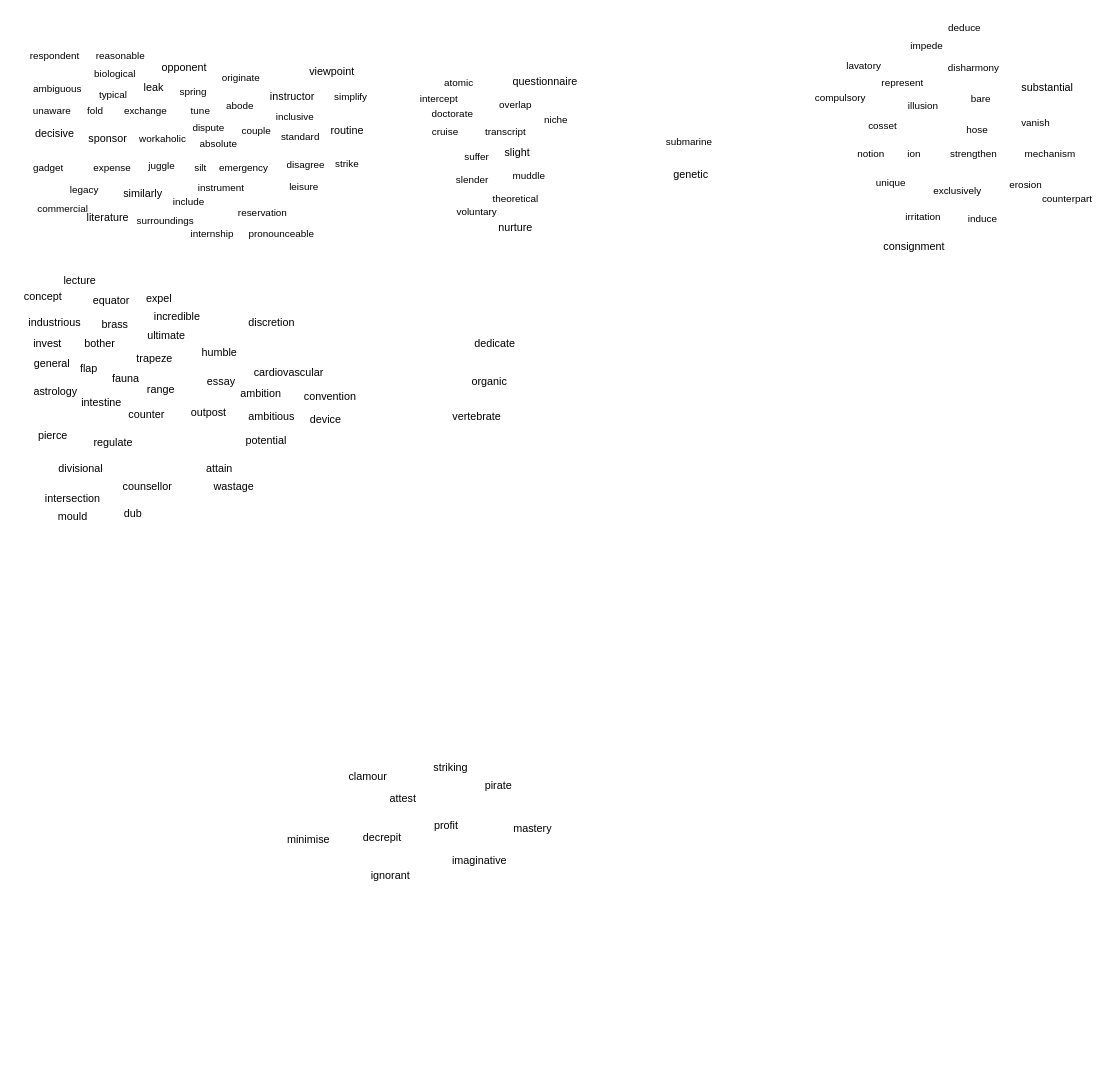
This is page "2023年12月24日" (2 of 2) of 2023-11-13.drawio from GC-L/hello-world, a draw.io file, before an edit. Source tidied: cells renumbered, new cells numbered last; positions are measured from the earlier drawing's top-left corner, leaving out a move shared by most shapes. Both pictures are drawn from the tidied source at 90%, with x=0, y=0 at pixel (15, 15).
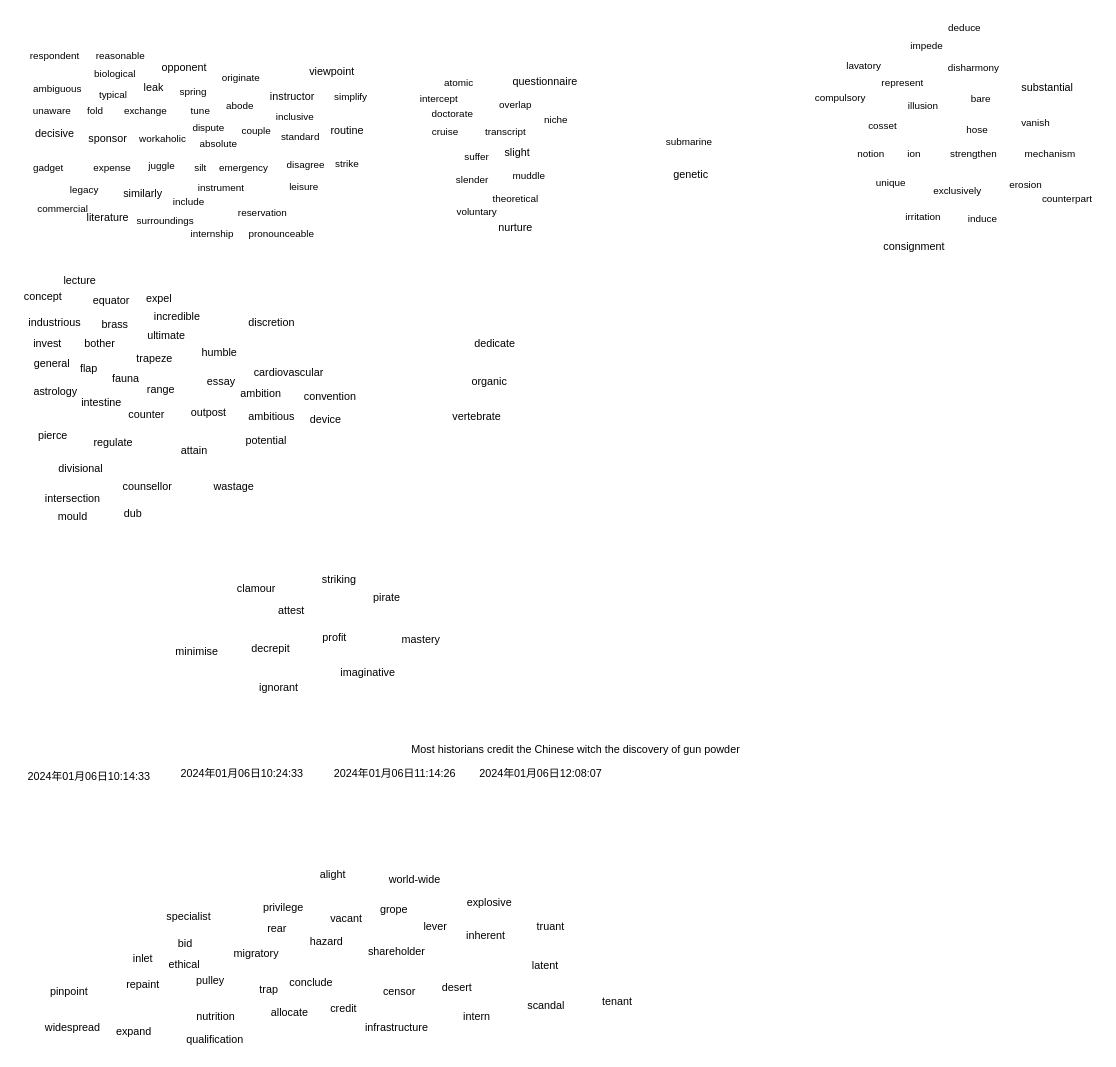
After the change.

The edit, as a diff of the source:
```diff
@@
     <mxCell id="112" value="attain" style="text;html=1;align=center;verticalAlign=middle;strokeColor=none;fillColor=none;" parent="1" vertex="1">
-      <mxGeometry x="202.8" y="491" width="47" height="26" as="geometry" />
+      <mxGeometry x="174" y="470" width="47" height="26" as="geometry" />
     </mxCell>
@@
     <mxCell id="126" value="clamour" style="text;html=1;align=center;verticalAlign=middle;strokeColor=none;fillColor=none;" parent="1" vertex="1">
-      <mxGeometry x="360" y="833" width="61" height="26" as="geometry" />
+      <mxGeometry x="236" y="624" width="61" height="26" as="geometry" />
     </mxCell>
     <mxCell id="127" value="striking" style="text;html=1;align=center;verticalAlign=middle;strokeColor=none;fillColor=none;" parent="1" vertex="1">
-      <mxGeometry x="455" y="823" width="56" height="26" as="geometry" />
+      <mxGeometry x="331" y="614" width="56" height="26" as="geometry" />
     </mxCell>
     <mxCell id="128" value="pirate" style="text;html=1;align=center;verticalAlign=middle;strokeColor=none;fillColor=none;" parent="1" vertex="1">
-      <mxGeometry x="512" y="843" width="48" height="26" as="geometry" />
+      <mxGeometry x="388" y="634" width="48" height="26" as="geometry" />
     </mxCell>
     <mxCell id="129" value="attest" style="text;html=1;align=center;verticalAlign=middle;strokeColor=none;fillColor=none;" parent="1" vertex="1">
-      <mxGeometry x="406" y="857" width="47" height="26" as="geometry" />
+      <mxGeometry x="282" y="648" width="47" height="26" as="geometry" />
     </mxCell>
     <mxCell id="130" value="minimise" style="text;html=1;align=center;verticalAlign=middle;strokeColor=none;fillColor=none;" parent="1" vertex="1">
-      <mxGeometry x="292.2" y="903" width="65" height="26" as="geometry" />
+      <mxGeometry x="168.2" y="694" width="65" height="26" as="geometry" />
     </mxCell>
     <mxCell id="131" value="imaginative" style="text;html=1;align=center;verticalAlign=middle;strokeColor=none;fillColor=none;" parent="1" vertex="1">
-      <mxGeometry x="475" y="926" width="79" height="26" as="geometry" />
+      <mxGeometry x="351" y="717" width="79" height="26" as="geometry" />
     </mxCell>
     <mxCell id="132" value="profit" style="text;html=1;align=center;verticalAlign=middle;strokeColor=none;fillColor=none;" parent="1" vertex="1">
-      <mxGeometry x="455" y="887" width="45" height="26" as="geometry" />
+      <mxGeometry x="331" y="678" width="45" height="26" as="geometry" />
     </mxCell>
     <mxCell id="133" value="decrepit" style="text;html=1;align=center;verticalAlign=middle;strokeColor=none;fillColor=none;" parent="1" vertex="1">
-      <mxGeometry x="376" y="900" width="61" height="26" as="geometry" />
+      <mxGeometry x="252" y="691" width="61" height="26" as="geometry" />
     </mxCell>
     <mxCell id="134" value="ignorant" style="text;html=1;align=center;verticalAlign=middle;strokeColor=none;fillColor=none;" parent="1" vertex="1">
-      <mxGeometry x="385.2" y="943" width="61" height="26" as="geometry" />
+      <mxGeometry x="261.2" y="734" width="61" height="26" as="geometry" />
     </mxCell>
     <mxCell id="135" value="mastery" style="text;html=1;align=center;verticalAlign=middle;strokeColor=none;fillColor=none;" parent="1" vertex="1">
-      <mxGeometry x="543.2" y="890" width="61" height="26" as="geometry" />
+      <mxGeometry x="419.2" y="681" width="61" height="26" as="geometry" />
     </mxCell>
+    <mxCell id="136" value="2024年01月06日10:14:33" style="text;html=1;align=center;verticalAlign=middle;strokeColor=none;fillColor=none;" parent="1" vertex="1">
+      <mxGeometry x="4" y="833" width="154" height="26" as="geometry" />
+    </mxCell>
+    <mxCell id="137" value="pinpoint" style="text;html=1;align=center;verticalAlign=middle;strokeColor=none;fillColor=none;" parent="1" vertex="1">
+      <mxGeometry x="29" y="1071" width="60" height="26" as="geometry" />
+    </mxCell>
+    <mxCell id="138" value="pulley" style="text;html=1;align=center;verticalAlign=middle;strokeColor=none;fillColor=none;" parent="1" vertex="1">
+      <mxGeometry x="191.5" y="1059" width="49" height="26" as="geometry" />
+    </mxCell>
+    <mxCell id="139" value="privilege" style="text;html=1;align=center;verticalAlign=middle;strokeColor=none;fillColor=none;" parent="1" vertex="1">
+      <mxGeometry x="265" y="978" width="63" height="26" as="geometry" />
+    </mxCell>
+    <mxCell id="140" value="infrastructure" style="text;html=1;align=center;verticalAlign=middle;strokeColor=none;fillColor=none;" parent="1" vertex="1">
+      <mxGeometry x="378.5" y="1111" width="88" height="26" as="geometry" />
+    </mxCell>
+    <mxCell id="141" value="allocate" style="text;html=1;align=center;verticalAlign=middle;strokeColor=none;fillColor=none;" parent="1" vertex="1">
+      <mxGeometry x="274.2" y="1095" width="59" height="26" as="geometry" />
+    </mxCell>
+    <mxCell id="142" value="qualification" style="text;html=1;align=center;verticalAlign=middle;strokeColor=none;fillColor=none;" parent="1" vertex="1">
+      <mxGeometry x="180.2" y="1125" width="81" height="26" as="geometry" />
+    </mxCell>
+    <mxCell id="143" value="expand" style="text;html=1;align=center;verticalAlign=middle;strokeColor=none;fillColor=none;" parent="1" vertex="1">
+      <mxGeometry x="102.8" y="1116" width="57" height="26" as="geometry" />
+    </mxCell>
+    <mxCell id="144" value="trap" style="text;html=1;align=center;verticalAlign=middle;strokeColor=none;fillColor=none;" parent="1" vertex="1">
+      <mxGeometry x="261.2" y="1069" width="39" height="26" as="geometry" />
+    </mxCell>
+    <mxCell id="145" value="2024年01月06日10:24:33" style="text;html=1;align=center;verticalAlign=middle;strokeColor=none;fillColor=none;" parent="1" vertex="1">
+      <mxGeometry x="174" y="829" width="154" height="26" as="geometry" />
+    </mxCell>
+    <mxCell id="146" value="intern" style="text;html=1;align=center;verticalAlign=middle;strokeColor=none;fillColor=none;" parent="1" vertex="1">
+      <mxGeometry x="488" y="1099" width="48" height="26" as="geometry" />
+    </mxCell>
+    <mxCell id="147" value="repaint" style="text;html=1;align=center;verticalAlign=middle;strokeColor=none;fillColor=none;" parent="1" vertex="1">
+      <mxGeometry x="113.2" y="1064" width="55" height="26" as="geometry" />
+    </mxCell>
+    <mxCell id="148" value="specialist" style="text;html=1;align=center;verticalAlign=middle;strokeColor=none;fillColor=none;" parent="1" vertex="1">
+      <mxGeometry x="158" y="988" width="67" height="26" as="geometry" />
+    </mxCell>
+    <mxCell id="149" value="migratory" style="text;html=1;align=center;verticalAlign=middle;strokeColor=none;fillColor=none;" parent="1" vertex="1">
+      <mxGeometry x="233.2" y="1029" width="68" height="26" as="geometry" />
+    </mxCell>
+    <mxCell id="150" value="inlet" style="text;html=1;align=center;verticalAlign=middle;strokeColor=none;fillColor=none;" parent="1" vertex="1">
+      <mxGeometry x="120.8" y="1035" width="40" height="26" as="geometry" />
+    </mxCell>
+    <mxCell id="151" value="2024年01月06日11:14:26" style="text;html=1;align=center;verticalAlign=middle;strokeColor=none;fillColor=none;" parent="1" vertex="1">
+      <mxGeometry x="344" y="829" width="153" height="26" as="geometry" />
+    </mxCell>
+    <mxCell id="152" value="nutrition" style="text;html=1;align=center;verticalAlign=middle;strokeColor=none;fillColor=none;" parent="1" vertex="1">
+      <mxGeometry x="191.5" y="1099" width="61" height="26" as="geometry" />
+    </mxCell>
+    <mxCell id="153" value="censor" style="text;html=1;align=center;verticalAlign=middle;strokeColor=none;fillColor=none;" parent="1" vertex="1">
+      <mxGeometry x="399" y="1071" width="54" height="26" as="geometry" />
+    </mxCell>
+    <mxCell id="154" value="widespread" style="text;html=1;align=center;verticalAlign=middle;strokeColor=none;fillColor=none;" parent="1" vertex="1">
+      <mxGeometry x="23.8" y="1111" width="79" height="26" as="geometry" />
+    </mxCell>
+    <mxCell id="155" value="hazard" style="text;html=1;align=center;verticalAlign=middle;strokeColor=none;fillColor=none;" parent="1" vertex="1">
+      <mxGeometry x="317.2" y="1016" width="55" height="26" as="geometry" />
+    </mxCell>
+    <mxCell id="156" value="rear" style="text;html=1;align=center;verticalAlign=middle;strokeColor=none;fillColor=none;" parent="1" vertex="1">
+      <mxGeometry x="270" y="1001" width="39" height="26" as="geometry" />
+    </mxCell>
+    <mxCell id="157" value="shareholder" style="text;html=1;align=center;verticalAlign=middle;strokeColor=none;fillColor=none;" parent="1" vertex="1">
+      <mxGeometry x="382" y="1027" width="81" height="26" as="geometry" />
+    </mxCell>
+    <mxCell id="158" value="bid" style="text;html=1;align=center;verticalAlign=middle;strokeColor=none;fillColor=none;" parent="1" vertex="1">
+      <mxGeometry x="171.2" y="1018" width="34" height="26" as="geometry" />
+    </mxCell>
+    <mxCell id="159" value="alight" style="text;html=1;align=center;verticalAlign=middle;strokeColor=none;fillColor=none;" parent="1" vertex="1">
+      <mxGeometry x="328" y="942" width="47" height="26" as="geometry" />
+    </mxCell>
+    <mxCell id="160" value="credit" style="text;html=1;align=center;verticalAlign=middle;strokeColor=none;fillColor=none;" parent="1" vertex="1">
+      <mxGeometry x="340.2" y="1090" width="47" height="26" as="geometry" />
+    </mxCell>
+    <mxCell id="161" value="Most historians credit the Chinese witch the discovery of gun powder" style="text;html=1;align=center;verticalAlign=middle;strokeColor=none;fillColor=none;" parent="1" vertex="1">
+      <mxGeometry x="430" y="803" width="383" height="26" as="geometry" />
+    </mxCell>
+    <mxCell id="162" value="desert" style="text;html=1;align=center;verticalAlign=middle;strokeColor=none;fillColor=none;" parent="1" vertex="1">
+      <mxGeometry x="464.5" y="1067" width="51" height="26" as="geometry" />
+    </mxCell>
+    <mxCell id="163" value="conclude" style="text;html=1;align=center;verticalAlign=middle;strokeColor=none;fillColor=none;" parent="1" vertex="1">
+      <mxGeometry x="294.8" y="1061" width="66" height="26" as="geometry" />
+    </mxCell>
+    <mxCell id="164" value="explosive" style="text;html=1;align=center;verticalAlign=middle;strokeColor=none;fillColor=none;" parent="1" vertex="1">
+      <mxGeometry x="491.5" y="973" width="68" height="26" as="geometry" />
+    </mxCell>
+    <mxCell id="165" value="inherent" style="text;html=1;align=center;verticalAlign=middle;strokeColor=none;fillColor=none;" parent="1" vertex="1">
+      <mxGeometry x="491.5" y="1009" width="61" height="26" as="geometry" />
+    </mxCell>
+    <mxCell id="166" value="world-wide" style="text;html=1;align=center;verticalAlign=middle;strokeColor=none;fillColor=none;" parent="1" vertex="1">
+      <mxGeometry x="405.2" y="947" width="75" height="26" as="geometry" />
+    </mxCell>
+    <mxCell id="167" value="grope" style="text;html=1;align=center;verticalAlign=middle;strokeColor=none;fillColor=none;" parent="1" vertex="1">
+      <mxGeometry x="395.2" y="980" width="49" height="26" as="geometry" />
+    </mxCell>
+    <mxCell id="168" value="lever" style="text;html=1;align=center;verticalAlign=middle;strokeColor=none;fillColor=none;" parent="1" vertex="1">
+      <mxGeometry x="444" y="999" width="44" height="26" as="geometry" />
+    </mxCell>
+    <mxCell id="169" value="ethical" style="text;html=1;align=center;verticalAlign=middle;strokeColor=none;fillColor=none;" parent="1" vertex="1">
+      <mxGeometry x="160.2" y="1041" width="53" height="26" as="geometry" />
+    </mxCell>
+    <mxCell id="170" value="vacant" style="text;html=1;align=center;verticalAlign=middle;strokeColor=none;fillColor=none;" parent="1" vertex="1">
+      <mxGeometry x="340.2" y="990" width="53" height="26" as="geometry" />
+    </mxCell>
+    <mxCell id="171" value="truant" style="text;html=1;align=center;verticalAlign=middle;strokeColor=none;fillColor=none;" parent="1" vertex="1">
+      <mxGeometry x="569.5" y="999" width="49" height="26" as="geometry" />
+    </mxCell>
+    <mxCell id="172" value="scandal" style="text;html=1;align=center;verticalAlign=middle;strokeColor=none;fillColor=none;" parent="1" vertex="1">
+      <mxGeometry x="559.5" y="1087" width="59" height="26" as="geometry" />
+    </mxCell>
+    <mxCell id="173" value="latent" style="text;html=1;align=center;verticalAlign=middle;strokeColor=none;fillColor=none;" parent="1" vertex="1">
+      <mxGeometry x="564.8" y="1043" width="47" height="26" as="geometry" />
+    </mxCell>
+    <mxCell id="174" value="2024年01月06日12:08:07" style="text;html=1;align=center;verticalAlign=middle;strokeColor=none;fillColor=none;" parent="1" vertex="1">
+      <mxGeometry x="506" y="829" width="154" height="26" as="geometry" />
+    </mxCell>
+    <mxCell id="175" value="tenant" style="text;html=1;align=center;verticalAlign=middle;strokeColor=none;fillColor=none;" parent="1" vertex="1">
+      <mxGeometry x="642" y="1083" width="51" height="26" as="geometry" />
+    </mxCell>
```
